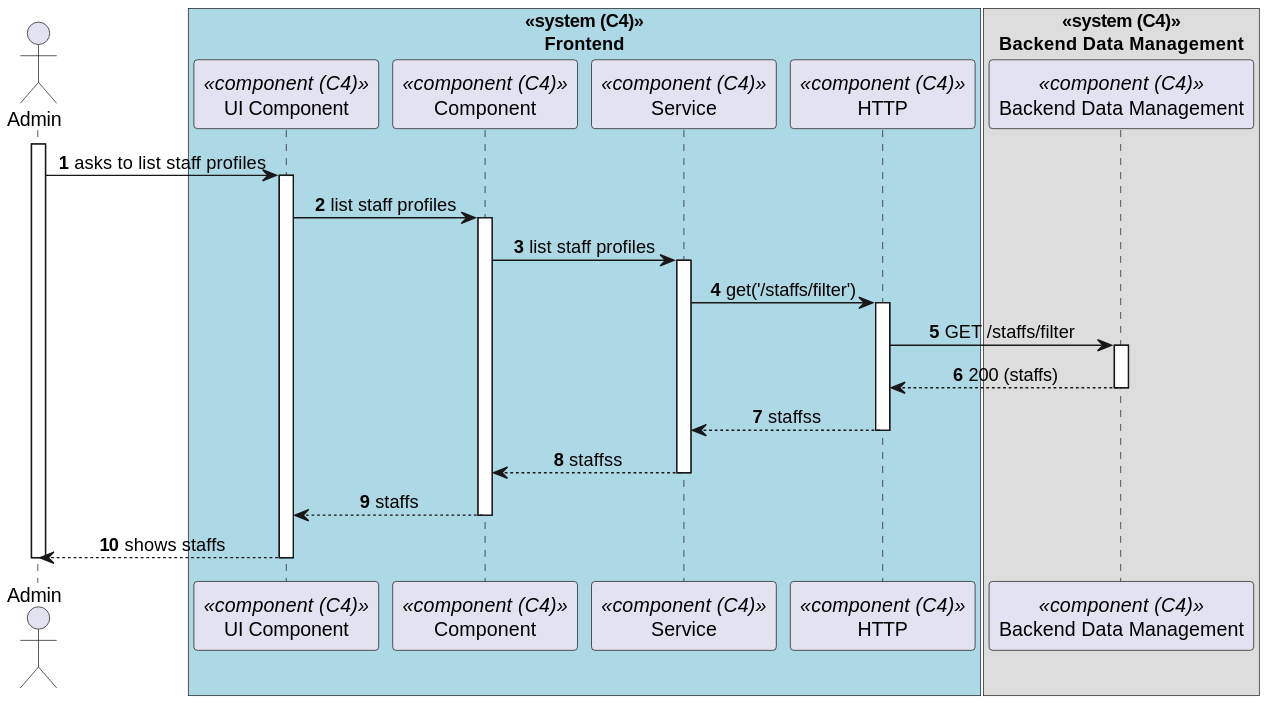
The PlantUML diagram docs/sprint-b/us-6.2.13/views/level3/process-view.svg in 1220846/sem5pi-24-25-3ddg20, before a commit.
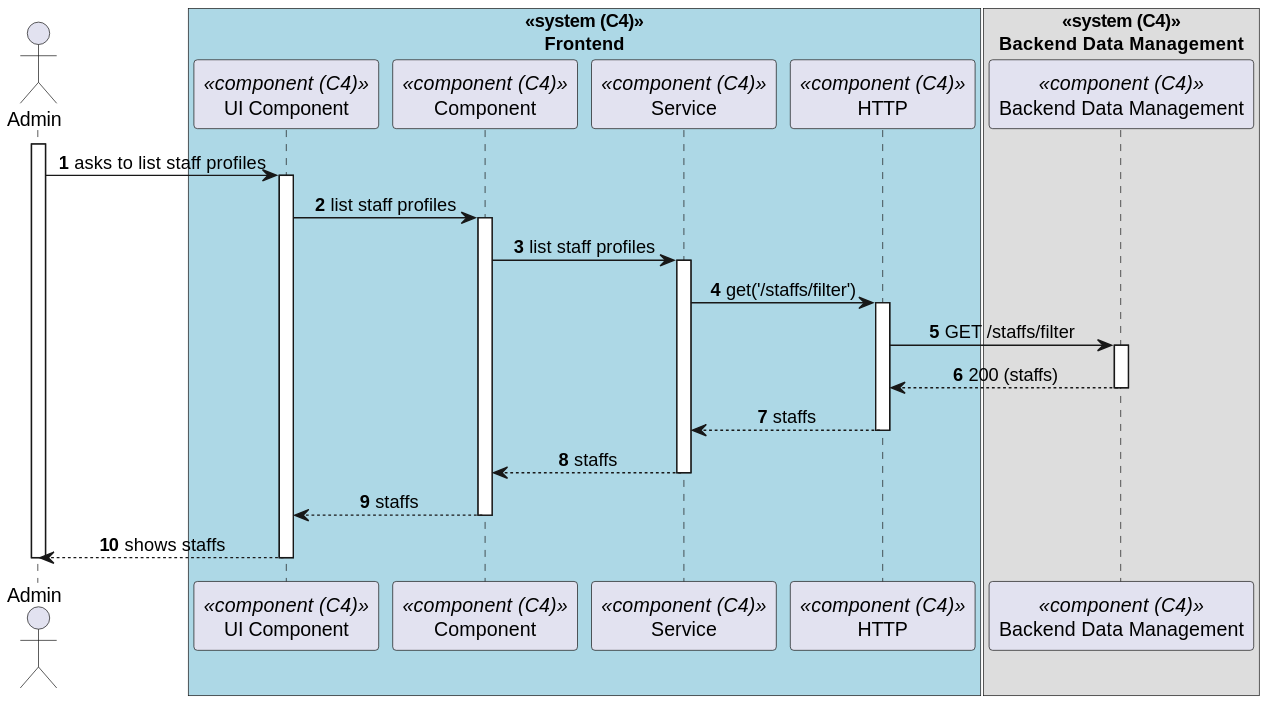
After the change.

The edit, as a diff of the source:
```diff
@@ -26,9 +26,9 @@
                     activate BackendDataManagement
                         BackendDataManagement --> HTTP : 200 (staffs)
                     deactivate BackendDataManagement
-                    HTTP --> SRV : staffss
+                    HTTP --> SRV : staffs
                 deactivate HTTP
-                SRV --> Component : staffss
+                SRV --> Component : staffs
             deactivate SRV
             Component --> ComponentUI : staffs
         deactivate Component
```
